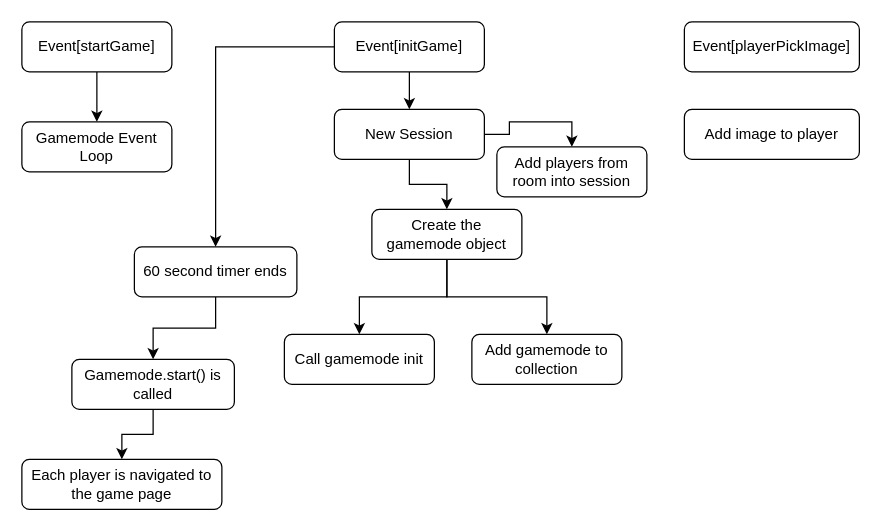
This is DrawingGameUX.drawio from DevClarkMiller/DrawingGame, a draw.io file, before an edit. Source tidied: cells renumbered, new cells numbered last; positions are measured from the earlier drawing's top-left corner, leaving out a move shared by most shapes. Both pictures are drawn from the tidied source at 125%, with x=0, y=0 at pixel (21, 21).
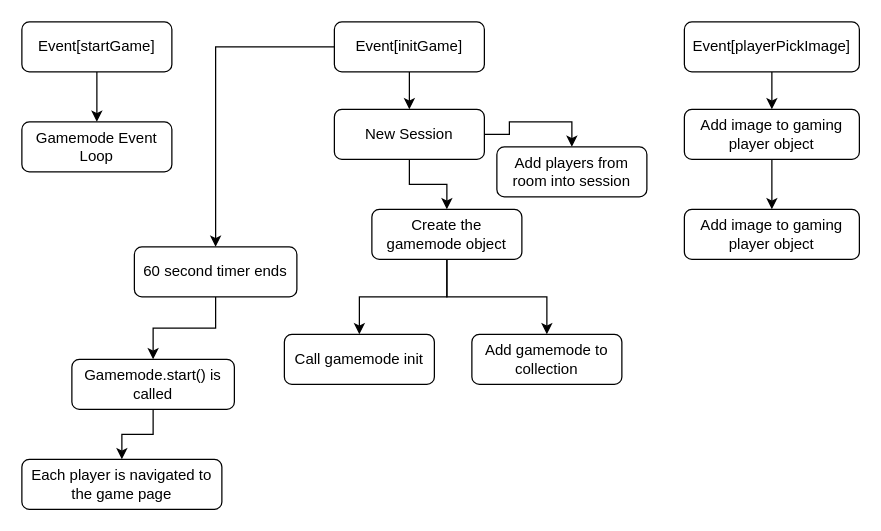
Above is the later version.

Unchanged cells that the change refers to:
```xml
<mxCell id="17" value="Event[playerPickImage]" style="rounded=1;whiteSpace=wrap;html=1;fontSize=12;glass=0;strokeWidth=1;shadow=0;" parent="1" vertex="1">
  <mxGeometry x="530" width="140" height="40" as="geometry" />
</mxCell>
```

What changed in the source:
```diff
@@
+    <mxCell id="24" style="edgeStyle=orthogonalEdgeStyle;rounded=0;jettySize=auto;html=1;entryX=0.5;entryY=0;entryDx=0;entryDy=0;" parent="1" edge="1" source="17" target="18">
+      <mxGeometry relative="1" as="geometry" />
+    </mxCell>
@@
+    <mxCell id="25" style="edgeStyle=orthogonalEdgeStyle;rounded=0;jettySize=auto;html=1;entryX=0.5;entryY=0;entryDx=0;entryDy=0;" parent="1" edge="1" source="18" target="26">
+      <mxGeometry relative="1" as="geometry" />
+    </mxCell>
-    <mxCell id="18" value="Add image to player" style="rounded=1;whiteSpace=wrap;html=1;fontSize=12;glass=0;strokeWidth=1;shadow=0;" parent="1" vertex="1">
+    <mxCell id="18" value="Add image to gaming player object" style="rounded=1;whiteSpace=wrap;html=1;fontSize=12;glass=0;strokeWidth=1;shadow=0;" parent="1" vertex="1">
       <mxGeometry x="530" y="70" width="140" height="40" as="geometry" />
     </mxCell>
@@
+    <mxCell id="26" value="Add image to gaming player object" style="rounded=1;whiteSpace=wrap;html=1;fontSize=12;glass=0;strokeWidth=1;shadow=0;" parent="1" vertex="1">
+      <mxGeometry x="530" y="150" width="140" height="40" as="geometry" />
+    </mxCell>
```
